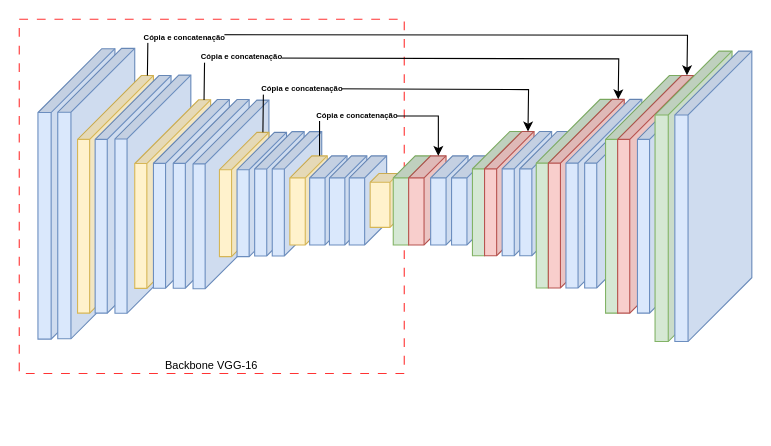
The draw.io diagram Cópia do yolo_v1_xml.drawio in Marcellofabrizio/MV2-Project, before the edit. Source tidied: cells renumbered, new cells numbered last; positions are measured from the earlier drawing's top-left corner, leaving out a move shared by most shapes. Both pictures are drawn from the tidied source at 110%, with x=0, y=0 at pixel (19, 19).
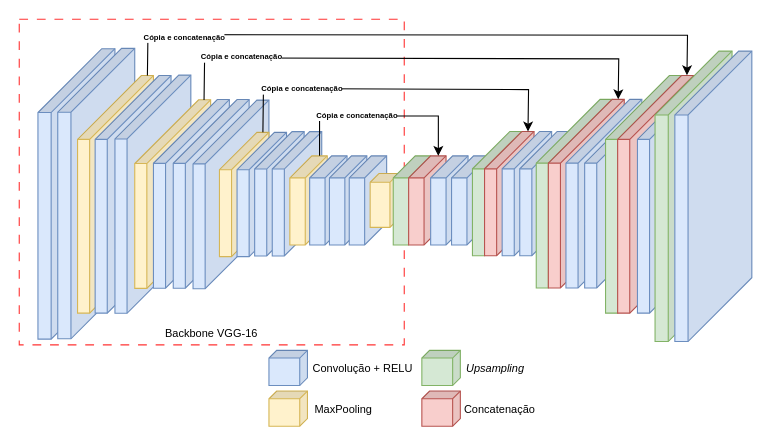
The same page after the edit.

Change to the diagram source:
```diff
@@
     <mxCell id="2" style="rounded=0;whiteSpace=wrap;html=1;fillColor=none;dashed=1;dashPattern=8 8;strokeColor=#FF3333;" parent="1" vertex="1">
-      <mxGeometry width="350" height="322" as="geometry" />
+      <mxGeometry width="350" height="296" as="geometry" />
     </mxCell>
@@
     <mxCell id="44" value="Backbone VGG-16" style="text;html=1;align=center;verticalAlign=middle;whiteSpace=wrap;rounded=0;fontSize=10;" parent="1" vertex="1">
-      <mxGeometry x="110" y="305" width="130" height="17" as="geometry" />
+      <mxGeometry x="110" y="276" width="130" height="17" as="geometry" />
     </mxCell>
@@
+    <mxCell id="47" style="shape=cube;whiteSpace=wrap;html=1;boundedLbl=1;backgroundOutline=1;darkOpacity=0.05;darkOpacity2=0.1;size=7;perimeterSpacing=0;strokeColor=#d6b656;fillColor=#fff2cc;direction=south;labelPadding=0;" parent="1" vertex="1">
+      <mxGeometry x="227" y="338" width="35" height="32" as="geometry" />
+    </mxCell>
+    <mxCell id="48" style="shape=cube;whiteSpace=wrap;html=1;boundedLbl=1;backgroundOutline=1;darkOpacity=0.05;darkOpacity2=0.1;size=7;perimeterSpacing=0;strokeColor=#6c8ebf;fillColor=#dae8fc;direction=south;labelPadding=0;" parent="1" vertex="1">
+      <mxGeometry x="227" y="301" width="35" height="32" as="geometry" />
+    </mxCell>
+    <mxCell id="49" value="Convolução + RELU" style="text;html=1;align=center;verticalAlign=middle;whiteSpace=wrap;rounded=0;fontSize=10;" parent="1" vertex="1">
+      <mxGeometry x="264" y="308.5" width="97" height="17" as="geometry" />
+    </mxCell>
+    <mxCell id="50" value="MaxPooling" style="text;html=1;align=center;verticalAlign=middle;whiteSpace=wrap;rounded=0;fontSize=10;" parent="1" vertex="1">
+      <mxGeometry x="264" y="345.5" width="62" height="17" as="geometry" />
+    </mxCell>
+    <mxCell id="51" style="shape=cube;whiteSpace=wrap;html=1;boundedLbl=1;backgroundOutline=1;darkOpacity=0.05;darkOpacity2=0.1;size=7;perimeterSpacing=0;strokeColor=#b85450;fillColor=#f8cecc;direction=south;labelPadding=0;" parent="1" vertex="1">
+      <mxGeometry x="366" y="338" width="35" height="32" as="geometry" />
+    </mxCell>
+    <mxCell id="52" style="shape=cube;whiteSpace=wrap;html=1;boundedLbl=1;backgroundOutline=1;darkOpacity=0.05;darkOpacity2=0.1;size=7;perimeterSpacing=0;strokeColor=#82b366;fillColor=#d5e8d4;direction=south;labelPadding=0;" parent="1" vertex="1">
+      <mxGeometry x="366" y="301" width="35" height="32" as="geometry" />
+    </mxCell>
+    <mxCell id="53" value="&lt;i&gt;Upsampling&lt;/i&gt;" style="text;html=1;align=center;verticalAlign=middle;whiteSpace=wrap;rounded=0;fontSize=10;" parent="1" vertex="1">
+      <mxGeometry x="404" y="308.5" width="58" height="17" as="geometry" />
+    </mxCell>
+    <mxCell id="54" value="Concatenação" style="text;html=1;align=center;verticalAlign=middle;whiteSpace=wrap;rounded=0;fontSize=10;" parent="1" vertex="1">
+      <mxGeometry x="406" y="345.5" width="62" height="17" as="geometry" />
+    </mxCell>
```
